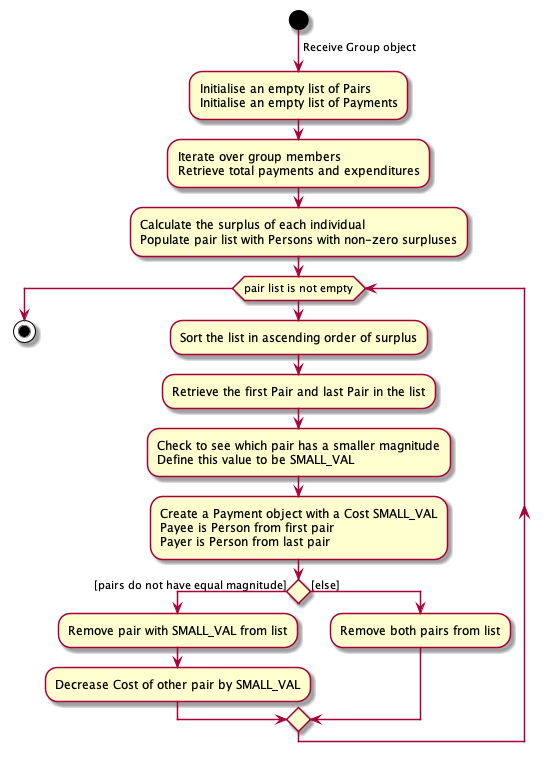
Earlier version of the PlantUML export docs/images/CalculatePaymentsCommandAlgorithmDiagram.png (ramapriyan912001/tp).
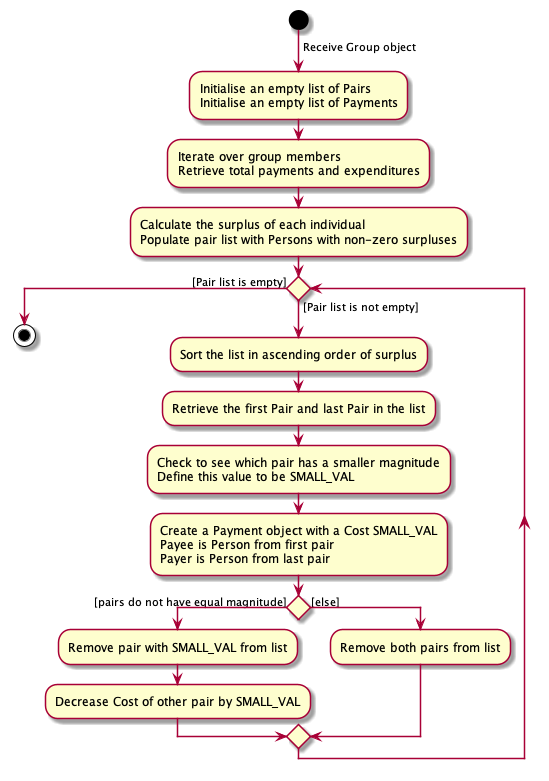
After the change.

Change to the diagram source:
```diff
@@ -10,7 +10,7 @@
 :Calculate the surplus of each individual
 Populate pair list with Persons with non-zero surpluses;
 
-while (pair list is not empty)
+while () is ([Pair list is not empty])
 :Sort the list in ascending order of surplus;
 :Retrieve the first Pair and last Pair in the list;
 :Check to see which pair has a smaller magnitude
@@ -24,6 +24,6 @@
     else ([else])
     :Remove both pairs from list;
     endif
-endwhile
+endwhile ([Pair list is empty])
 stop
 @enduml
```
